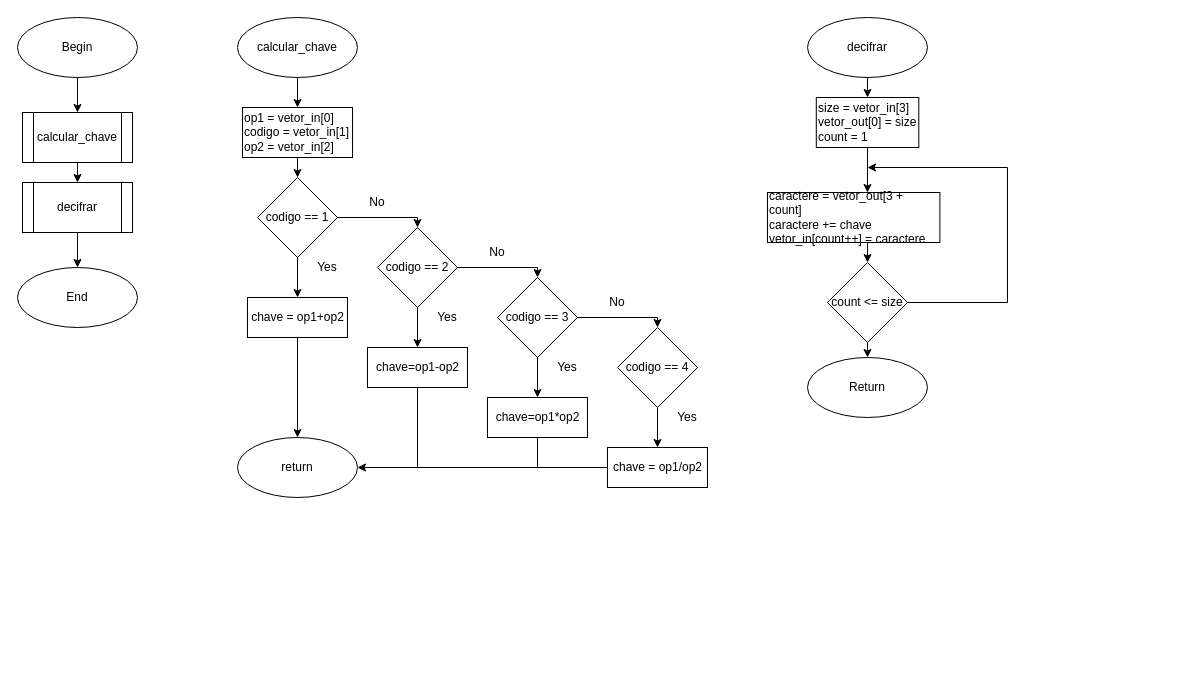
Above: lab0/fluxograma_lab0.drawio in brunobcamargo2002/micro_labs (draw.io), before the change. Source tidied: cells renumbered, new cells numbered last; positions are measured from the earlier drawing's top-left corner, leaving out a move shared by most shapes. Both pictures are drawn from the tidied source at 100%, with x=0, y=0 at pixel (17, 17).
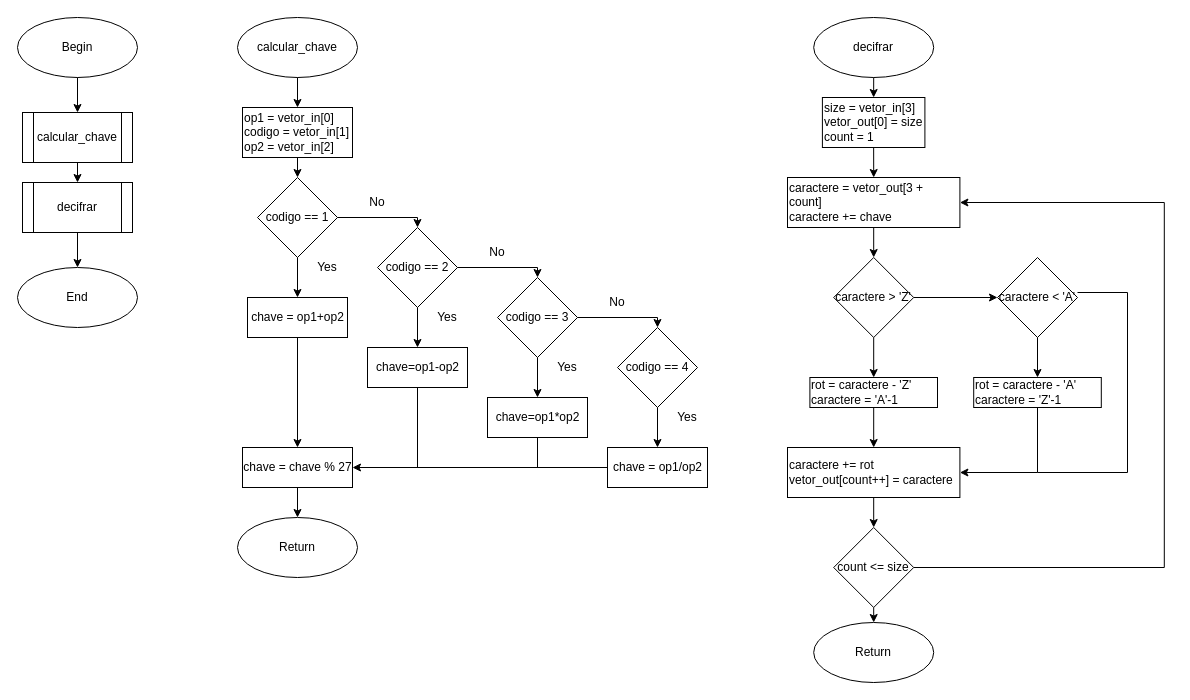
Above is the later version.

Unchanged cells that the change refers to:
```xml
<mxCell id="25" value="chave = op1+op2" style="rounded=0;html=1;" parent="1" vertex="1">
  <mxGeometry x="230" y="280" width="100" height="40" as="geometry" />
</mxCell>
<mxCell id="32" value="chave = op1/op2" style="rounded=0;html=1;" parent="1" vertex="1">
  <mxGeometry x="590" y="430" width="100" height="40" as="geometry" />
</mxCell>
```

What changed in the source:
```diff
@@
     <mxCell id="6" value="decifrar" style="ellipse;whiteSpace=wrap;html=1;" parent="1" vertex="1">
-      <mxGeometry x="790" width="120" height="60" as="geometry" />
+      <mxGeometry x="796.2" width="120" height="60" as="geometry" />
     </mxCell>
     <mxCell id="7" value="&lt;div&gt;size = vetor_in[3]&lt;/div&gt;&lt;div&gt;vetor_out[0] = size&lt;/div&gt;&lt;div&gt;count = 1&lt;/div&gt;" style="rounded=0;html=1;align=left;" parent="1" vertex="1">
-      <mxGeometry x="798.8" y="80" width="102.5" height="50" as="geometry" />
+      <mxGeometry x="804.9" y="80" width="102.5" height="50" as="geometry" />
     </mxCell>
@@
-    <mxCell id="9" value="&lt;div&gt;caractere = vetor_out[3 + count]&lt;/div&gt;&lt;div&gt;caractere += chave&lt;/div&gt;&lt;div&gt;vetor_in[count++] = caractere&lt;/div&gt;" style="rounded=0;whiteSpace=wrap;html=1;align=left;" parent="1" vertex="1">
-      <mxGeometry x="750" y="175" width="172.4" height="50" as="geometry" />
+    <mxCell id="9" value="&lt;div&gt;caractere = vetor_out[3 + count]&lt;/div&gt;&lt;div&gt;caractere += chave&lt;/div&gt;" style="rounded=0;whiteSpace=wrap;html=1;align=left;" parent="1" vertex="1">
+      <mxGeometry x="770" y="160" width="172.4" height="50" as="geometry" />
     </mxCell>
     <mxCell id="10" value="count &amp;lt;= size" style="rhombus;whiteSpace=wrap;html=1;" parent="1" vertex="1">
-      <mxGeometry x="810" y="245" width="80" height="80" as="geometry" />
+      <mxGeometry x="816.2" y="510" width="80" height="80" as="geometry" />
     </mxCell>
-    <mxCell id="11" style="endArrow=classic;html=1;rounded=0;exitX=1;exitY=0.5;exitDx=0;exitDy=0;" parent="1" edge="1" source="10">
-      <mxGeometry relative="1" as="geometry">
-        <mxPoint x="850" y="150" as="targetPoint" />
-        <Array as="points">
-          <mxPoint x="990" y="285" />
-          <mxPoint x="990" y="150" />
-        </Array>
-      </mxGeometry>
-    </mxCell>
@@
-    <mxCell id="13" style="endArrow=classic;html=1;rounded=0;exitX=0.5;exitY=1;exitDx=0;exitDy=0;entryX=0.5;entryY=0;entryDx=0;entryDy=0;" parent="1" edge="1" source="7">
-      <mxGeometry relative="1" as="geometry">
-        <mxPoint x="850" y="175" as="targetPoint" />
-      </mxGeometry>
+    <mxCell id="13" style="endArrow=classic;html=1;rounded=0;exitX=0.5;exitY=1;exitDx=0;exitDy=0;entryX=0.5;entryY=0;entryDx=0;entryDy=0;" parent="1" edge="1" source="7" target="9">
+      <mxGeometry relative="1" as="geometry" />
     </mxCell>
-    <mxCell id="14" style="endArrow=classic;html=1;rounded=0;exitX=0.5;exitY=1;exitDx=0;exitDy=0;entryX=0.5;entryY=0;entryDx=0;entryDy=0;" parent="1" edge="1" target="10">
-      <mxGeometry relative="1" as="geometry">
-        <mxPoint x="850" y="225" as="sourcePoint" />
-      </mxGeometry>
-    </mxCell>
     <mxCell id="15" value="&lt;div&gt;Return&lt;/div&gt;" style="ellipse;whiteSpace=wrap;html=1;" parent="1" vertex="1">
-      <mxGeometry x="790" y="340" width="120" height="60" as="geometry" />
+      <mxGeometry x="796.2" y="605" width="120" height="60" as="geometry" />
     </mxCell>
@@
-    <mxCell id="40" style="endArrow=classic;html=1;rounded=0;exitX=0;exitY=0.5;exitDx=0;exitDy=0;entryX=1;entryY=0.5;entryDx=0;entryDy=0;" parent="1" edge="1" source="32" target="44">
+    <mxCell id="40" style="endArrow=classic;html=1;rounded=0;exitX=0;exitY=0.5;exitDx=0;exitDy=0;entryX=1;entryY=0.5;entryDx=0;entryDy=0;" parent="1" edge="1" source="32" target="50">
       <mxGeometry relative="1" as="geometry" />
     </mxCell>
-    <mxCell id="41" style="endArrow=classic;html=1;rounded=0;exitX=0.5;exitY=1;exitDx=0;exitDy=0;entryX=0.5;entryY=0;entryDx=0;entryDy=0;" parent="1" edge="1" source="25" target="44">
+    <mxCell id="41" style="endArrow=classic;html=1;rounded=0;exitX=0.5;exitY=1;exitDx=0;exitDy=0;entryX=0.5;entryY=0;entryDx=0;entryDy=0;" parent="1" edge="1" source="25" target="50">
       <mxGeometry relative="1" as="geometry" />
     </mxCell>
@@
-    <mxCell id="44" value="return" style="ellipse;whiteSpace=wrap;html=1;" parent="1" vertex="1">
-      <mxGeometry x="220" y="420" width="120" height="60" as="geometry" />
-    </mxCell>
@@
+    <mxCell id="50" value="chave = chave % 27" style="rounded=0;html=1;" parent="1" vertex="1">
+      <mxGeometry x="225" y="430" width="110" height="40" as="geometry" />
+    </mxCell>
+    <mxCell id="51" value="&lt;div&gt;Return&lt;/div&gt;" style="ellipse;whiteSpace=wrap;html=1;" parent="1" vertex="1">
+      <mxGeometry x="220" y="500" width="120" height="60" as="geometry" />
+    </mxCell>
+    <mxCell id="52" style="endArrow=classic;html=1;rounded=0;exitX=0.5;exitY=1;exitDx=0;exitDy=0;entryX=0.5;entryY=0;entryDx=0;entryDy=0;" parent="1" edge="1" source="50" target="51">
+      <mxGeometry relative="1" as="geometry" />
+    </mxCell>
+    <mxCell id="53" value="caractere &amp;gt; 'Z'" style="rhombus;whiteSpace=wrap;html=1;" parent="1" vertex="1">
+      <mxGeometry x="816.2" y="240" width="80" height="80" as="geometry" />
+    </mxCell>
+    <mxCell id="54" value="caractere &amp;lt; 'A'" style="rhombus;whiteSpace=wrap;html=1;direction=south;" parent="1" vertex="1">
+      <mxGeometry x="980" y="240" width="80" height="80" as="geometry" />
+    </mxCell>
+    <mxCell id="55" style="endArrow=classic;html=1;rounded=0;exitX=0.5;exitY=1;exitDx=0;exitDy=0;entryX=0.5;entryY=0;entryDx=0;entryDy=0;" parent="1" edge="1" source="9" target="53">
+      <mxGeometry relative="1" as="geometry" />
+    </mxCell>
+    <mxCell id="56" value="&lt;div&gt;rot = caractere - 'Z'&lt;/div&gt;&lt;div&gt;caractere = 'A'-1&lt;/div&gt;" style="rounded=0;whiteSpace=wrap;html=1;align=left;" parent="1" vertex="1">
+      <mxGeometry x="792.4" y="360" width="127.6" height="30" as="geometry" />
+    </mxCell>
+    <mxCell id="57" value="&lt;div&gt;rot = caractere - 'A'&lt;/div&gt;caractere = 'Z'-1" style="rounded=0;whiteSpace=wrap;html=1;align=left;" parent="1" vertex="1">
+      <mxGeometry x="956.2" y="360" width="127.6" height="30" as="geometry" />
+    </mxCell>
+    <mxCell id="58" style="endArrow=classic;html=1;rounded=0;entryX=0.5;entryY=1;entryDx=0;entryDy=0;exitX=1;exitY=0.5;exitDx=0;exitDy=0;" parent="1" edge="1" source="53" target="54">
+      <mxGeometry relative="1" as="geometry" />
+    </mxCell>
+    <mxCell id="59" style="endArrow=classic;html=1;rounded=0;exitX=0.5;exitY=1;exitDx=0;exitDy=0;entryX=0.5;entryY=0;entryDx=0;entryDy=0;" parent="1" edge="1" source="53" target="56">
+      <mxGeometry relative="1" as="geometry" />
+    </mxCell>
+    <mxCell id="60" style="endArrow=classic;html=1;rounded=0;exitX=1;exitY=0.5;exitDx=0;exitDy=0;entryX=0.5;entryY=0;entryDx=0;entryDy=0;" parent="1" edge="1" source="54" target="57">
+      <mxGeometry relative="1" as="geometry" />
+    </mxCell>
+    <mxCell id="61" value="&lt;div&gt;caractere += rot&lt;/div&gt;&lt;div&gt;vetor_out[count++] = caractere&lt;/div&gt;" style="rounded=0;whiteSpace=wrap;html=1;align=left;" parent="1" vertex="1">
+      <mxGeometry x="770" y="430" width="172.4" height="50" as="geometry" />
+    </mxCell>
+    <mxCell id="62" style="endArrow=classic;html=1;rounded=0;exitX=0.5;exitY=1;exitDx=0;exitDy=0;entryX=0.5;entryY=0;entryDx=0;entryDy=0;" parent="1" edge="1" source="56" target="61">
+      <mxGeometry relative="1" as="geometry" />
+    </mxCell>
+    <mxCell id="63" style="endArrow=classic;html=1;rounded=0;exitX=0.5;exitY=1;exitDx=0;exitDy=0;entryX=1;entryY=0.5;entryDx=0;entryDy=0;" parent="1" edge="1" source="57" target="61">
+      <mxGeometry relative="1" as="geometry">
+        <Array as="points">
+          <mxPoint x="1020" y="455" />
+        </Array>
+      </mxGeometry>
+    </mxCell>
+    <mxCell id="64" style="endArrow=classic;html=1;rounded=0;exitX=0.5;exitY=1;exitDx=0;exitDy=0;entryX=0.5;entryY=0;entryDx=0;entryDy=0;" parent="1" edge="1" source="61" target="10">
+      <mxGeometry relative="1" as="geometry" />
+    </mxCell>
+    <mxCell id="65" style="endArrow=classic;html=1;rounded=0;entryX=1;entryY=0.5;entryDx=0;entryDy=0;exitX=1;exitY=0.5;exitDx=0;exitDy=0;" parent="1" edge="1" source="10" target="9">
+      <mxGeometry relative="1" as="geometry">
+        <Array as="points">
+          <mxPoint x="1146.8" y="550" />
+          <mxPoint x="1146.8" y="185" />
+        </Array>
+      </mxGeometry>
+    </mxCell>
+    <mxCell id="66" style="endArrow=none;html=1;rounded=0;entryX=0.5;entryY=0;entryDx=0;entryDy=0;" parent="1" edge="1">
+      <mxGeometry relative="1" as="geometry">
+        <mxPoint x="1020" y="455" as="sourcePoint" />
+        <mxPoint x="1060" y="275" as="targetPoint" />
+        <Array as="points">
+          <mxPoint x="1110" y="455" />
+          <mxPoint x="1110" y="275" />
+        </Array>
+      </mxGeometry>
+    </mxCell>
```
